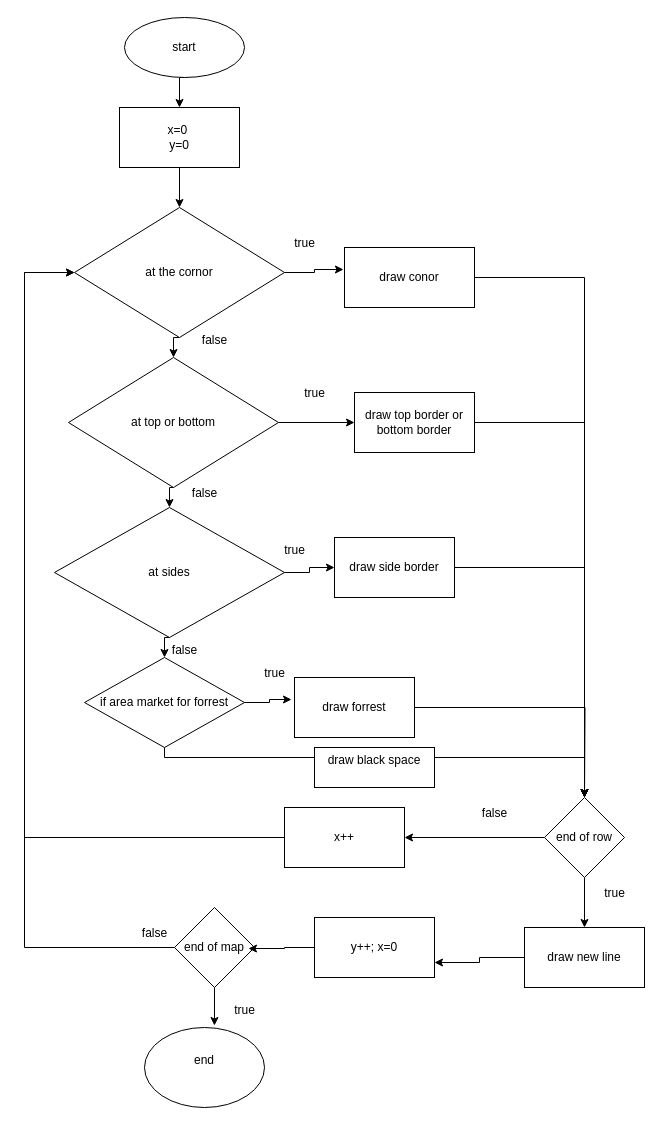
lukkan99/Lucias-Indie-quest keeps this draw.io diagram as algorithmDesigns/unit3/mission1/perp/newflowchart.drawio. Above is the earlier version. Source tidied: cells renumbered, new cells numbered last; positions are measured from the earlier drawing's top-left corner, leaving out a move shared by most shapes. Both pictures are drawn from the tidied source at 100%, with x=0, y=0 at pixel (24, 17).
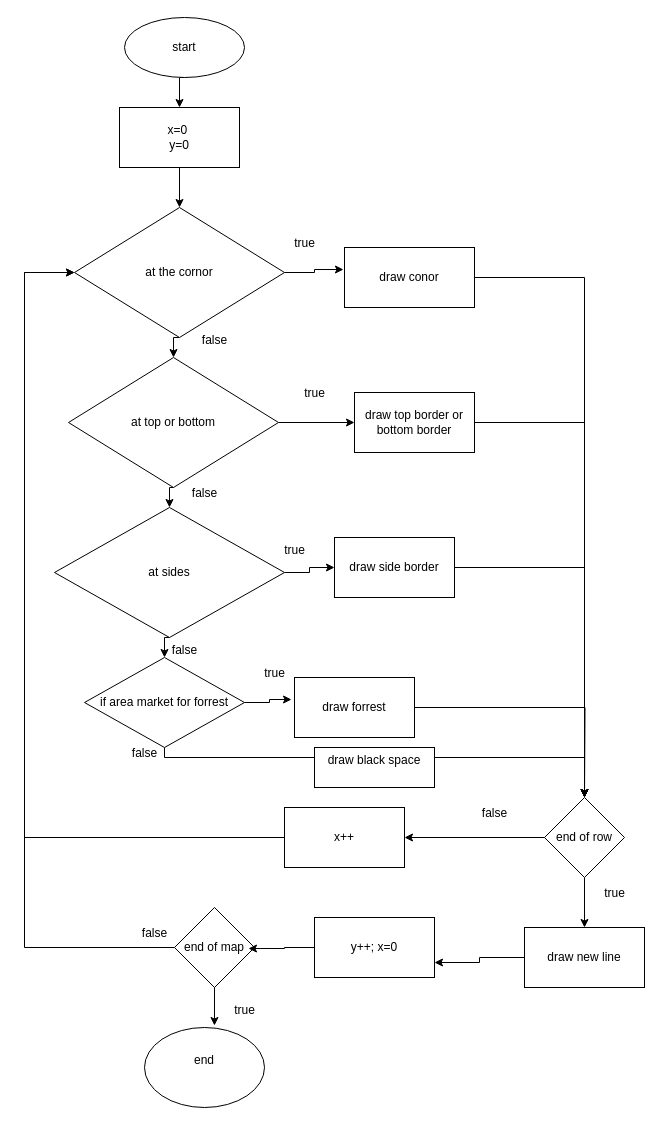
Above is the later version.

Change to the diagram source:
```diff
@@
+    <mxCell id="52" value="false&lt;div&gt;&lt;br&gt;&lt;/div&gt;" style="text;html=1;align=center;verticalAlign=middle;strokeColor=none;fillColor=none;" parent="1" vertex="1">
+      <mxGeometry x="95" y="723" width="50" height="40" as="geometry" />
+    </mxCell>
```
